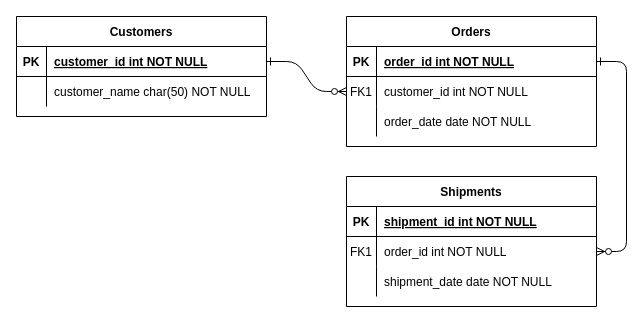
Above: er.drawio in sangehee-ju/painter (draw.io), before the change. Source tidied: cells renumbered, new cells numbered last; positions are measured from the earlier drawing's top-left corner, leaving out a move shared by most shapes. Both pictures are drawn from the tidied source at 100%, with x=0, y=0 at pixel (16, 16).
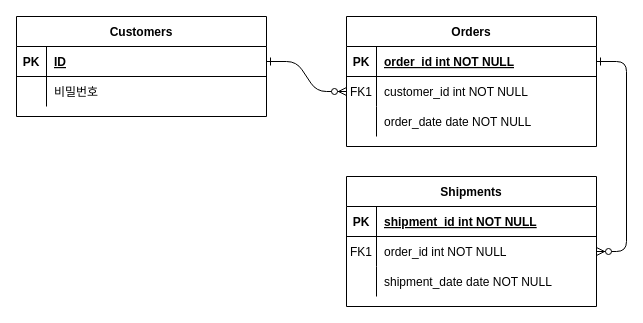
Above is the later version.

Unchanged cells that the change refers to:
```xml
<mxCell id="25" style="shape=partialRectangle;fillColor=none;points=[[0,0.5],[1,0.5]];portConstraint=eastwest;top=0;left=0;right=0;bottom=1;" parent="24" vertex="1">
  <mxGeometry y="30" width="250" height="30" as="geometry" />
</mxCell>
<mxCell id="28" style="shape=partialRectangle;fillColor=none;top=0;left=0;right=0;bottom=0;" parent="24" vertex="1">
  <mxGeometry y="60" width="250" height="30" as="geometry" />
</mxCell>
```

Change to the diagram source:
```diff
@@
-    <mxCell id="27" value="customer_id int NOT NULL " style="shape=partialRectangle;overflow=hidden;fillColor=none;top=0;left=0;bottom=0;right=0;align=left;spacingLeft=6;fontStyle=5;" parent="25" vertex="1">
+    <mxCell id="27" value="ID" style="shape=partialRectangle;overflow=hidden;fillColor=none;top=0;left=0;bottom=0;right=0;align=left;spacingLeft=6;fontStyle=5;" parent="25" vertex="1">
       <mxGeometry x="30" width="220" height="30" as="geometry" />
     </mxCell>
@@
-    <mxCell id="30" value="customer_name char(50) NOT NULL" style="shape=partialRectangle;overflow=hidden;fillColor=none;top=0;left=0;bottom=0;right=0;align=left;spacingLeft=6;" parent="28" vertex="1">
+    <mxCell id="30" value="비밀번호" style="shape=partialRectangle;overflow=hidden;fillColor=none;top=0;left=0;bottom=0;right=0;align=left;spacingLeft=6;" parent="28" vertex="1">
       <mxGeometry x="30" width="220" height="30" as="geometry" />
     </mxCell>
```
